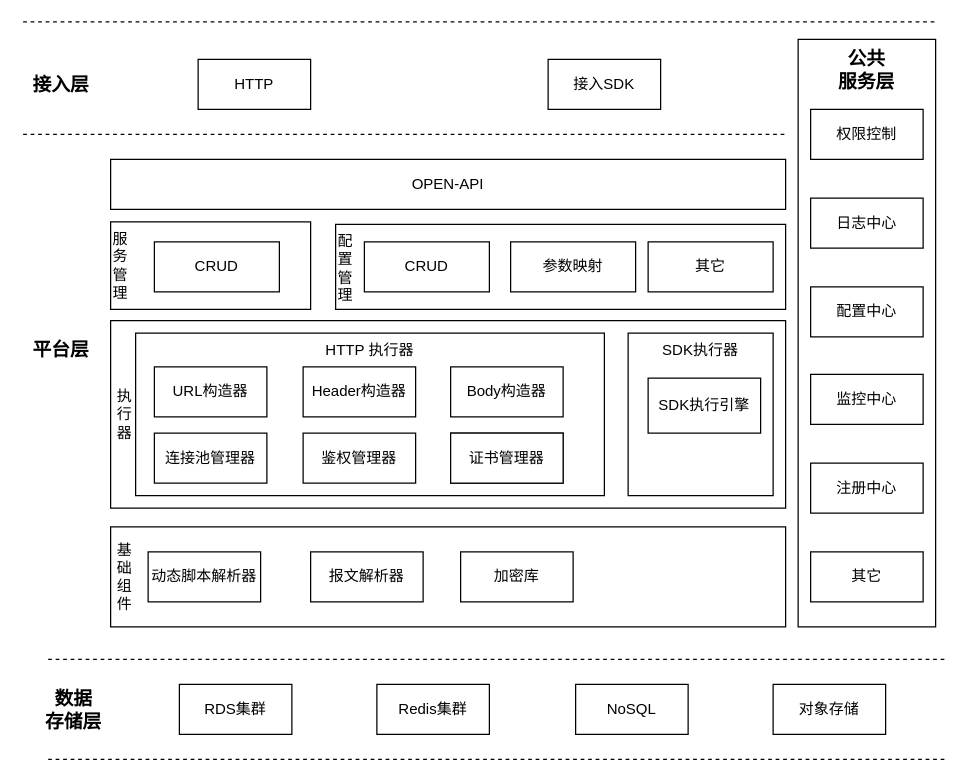
Above: page "逻辑架构" (2 of 5) of 系统逻辑架构图.drawio in smileLuckBoy/drowio (draw.io), before the change. Source tidied: cells renumbered, new cells numbered last; positions are measured from the earlier drawing's top-left corner, leaving out a move shared by most shapes. Both pictures are drawn from the tidied source at 125%, with x=0, y=0 at pixel (22, 21).
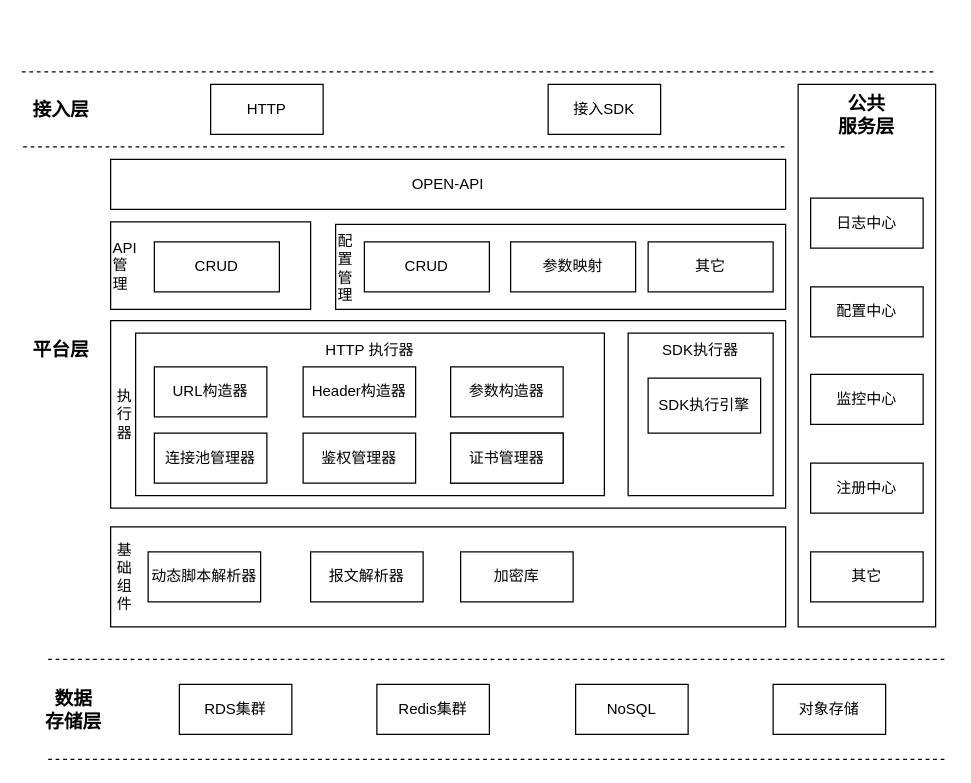
Above is the later version.

Commit message:
Update 系统逻辑架构图.drawio

Diff of the diagram source:
```diff
@@
     <mxCell id="8" value="公共&lt;br style=&quot;font-size: 15px;&quot;&gt;服务层" style="rounded=0;whiteSpace=wrap;html=1;fontSize=15;verticalAlign=top;fontStyle=1;" parent="1" vertex="1">
-      <mxGeometry x="620" y="14" width="110" height="470" as="geometry" />
+      <mxGeometry x="620" y="50" width="110" height="434" as="geometry" />
     </mxCell>
-    <mxCell id="9" value="权限控制" style="rounded=0;whiteSpace=wrap;html=1;fontSize=12;" parent="1" vertex="1">
-      <mxGeometry x="630" y="70" width="90" height="40" as="geometry" />
-    </mxCell>
@@
-    <mxCell id="22" value="Body构造器" style="rounded=0;whiteSpace=wrap;html=1;fontSize=12;" parent="1" vertex="1">
+    <mxCell id="22" value="参数构造器" style="rounded=0;whiteSpace=wrap;html=1;fontSize=12;" parent="1" vertex="1">
       <mxGeometry x="342" y="276" width="90" height="40" as="geometry" />
     </mxCell>
@@
     <mxCell id="27" style="endArrow=none;dashed=1;html=1;" parent="1" edge="1">
       <mxGeometry relative="1" as="geometry">
-        <mxPoint y="90" as="sourcePoint" />
-        <mxPoint x="610" y="90" as="targetPoint" />
+        <mxPoint y="100" as="sourcePoint" />
+        <mxPoint x="610" y="100" as="targetPoint" />
       </mxGeometry>
     </mxCell>
     <mxCell id="28" value="接入层" style="text;html=1;align=center;verticalAlign=middle;fontSize=15;fontStyle=1;" parent="1" vertex="1">
-      <mxGeometry y="40" width="60" height="20" as="geometry" />
+      <mxGeometry y="60" width="60" height="20" as="geometry" />
     </mxCell>
     <mxCell id="29" value="接入SDK" style="rounded=0;whiteSpace=wrap;html=1;fontSize=12;" parent="1" vertex="1">
-      <mxGeometry x="420" y="30" width="90" height="40" as="geometry" />
+      <mxGeometry x="420" y="50" width="90" height="40" as="geometry" />
     </mxCell>
     <mxCell id="30" value="HTTP" style="rounded=0;whiteSpace=wrap;html=1;fontSize=12;" parent="1" vertex="1">
-      <mxGeometry x="140" y="30" width="90" height="40" as="geometry" />
+      <mxGeometry x="150" y="50" width="90" height="40" as="geometry" />
     </mxCell>
@@
     <mxCell id="40" style="endArrow=none;dashed=1;html=1;" parent="1" edge="1">
       <mxGeometry relative="1" as="geometry">
-        <mxPoint as="sourcePoint" />
-        <mxPoint x="730" as="targetPoint" />
+        <mxPoint x="-1" y="40" as="sourcePoint" />
+        <mxPoint x="729" y="40" as="targetPoint" />
       </mxGeometry>
     </mxCell>
-    <mxCell id="41" value="服&lt;br&gt;务&lt;br&gt;管&lt;br&gt;理" style="rounded=0;whiteSpace=wrap;html=1;shadow=0;glass=0;sketch=0;fontSize=12;align=left;" parent="1" vertex="1">
+    <mxCell id="41" value="API&lt;br&gt;管&lt;br&gt;理" style="rounded=0;whiteSpace=wrap;html=1;shadow=0;glass=0;sketch=0;fontSize=12;align=left;" parent="1" vertex="1">
       <mxGeometry x="70" y="160" width="160" height="70" as="geometry" />
     </mxCell>
```
